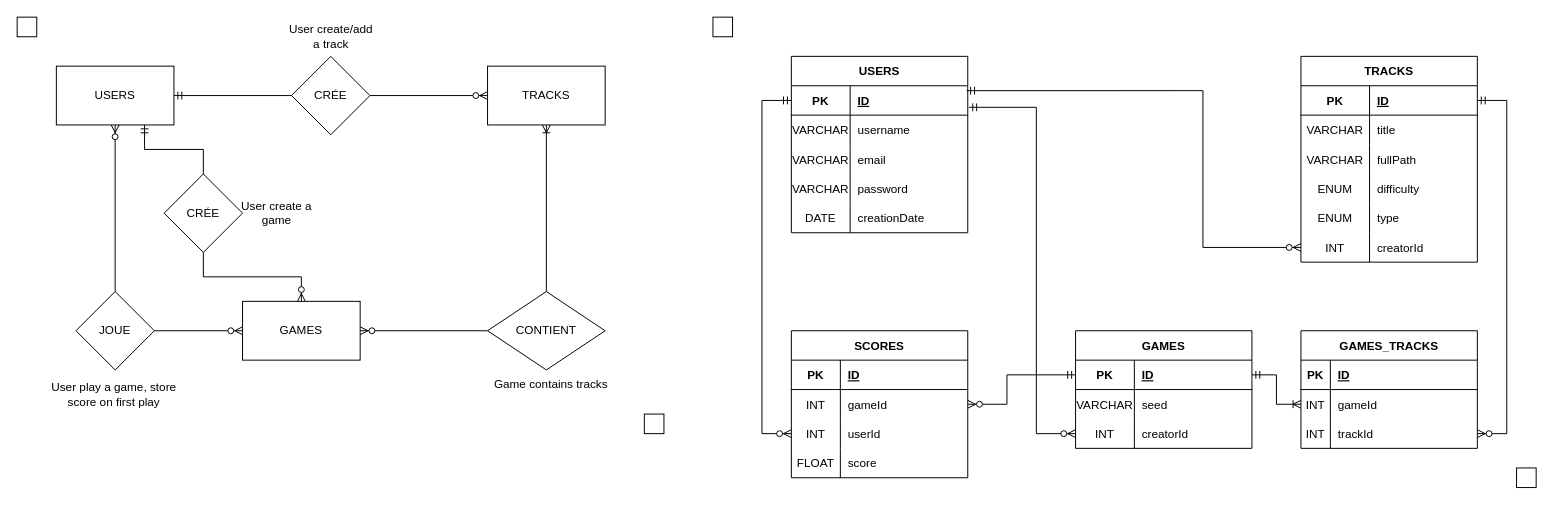
Earlier version of the draw.io diagram Documents/MCD-MLD.drawio (Jerome-JJT/SuperBlinder). Source tidied: cells renumbered, new cells numbered last; positions are measured from the earlier drawing's top-left corner, leaving out a move shared by most shapes. Both pictures are drawn from the tidied source at 98%, with x=0, y=0 at pixel (17, 17).
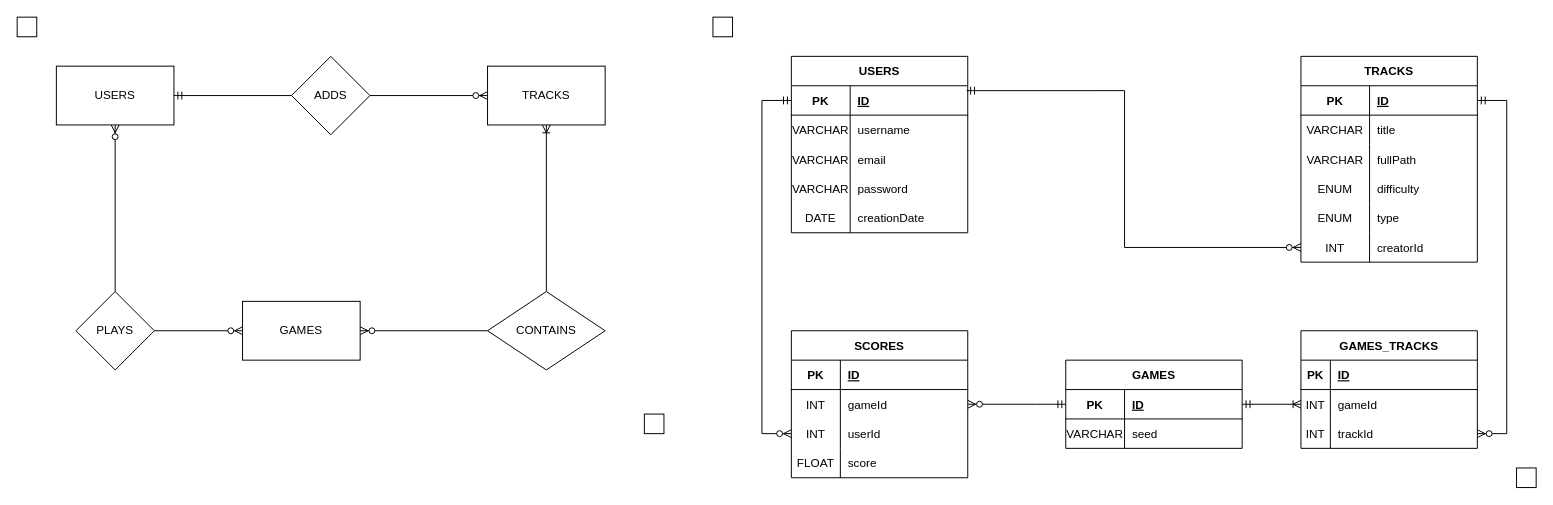
The same page after the edit.

Unchanged cells that the change refers to:
```xml
<mxCell id="18" style="shape=partialRectangle;fillColor=none;top=0;left=0;bottom=0;right=0;points=[[0,0.5],[1,0.5]];portConstraint=eastwest;" parent="2" vertex="1">
  <mxGeometry y="180" width="180" height="30" as="geometry" />
</mxCell>
<mxCell id="25" style="shape=partialRectangle;fillColor=none;top=0;left=0;bottom=0;right=0;points=[[0,0.5],[1,0.5]];portConstraint=eastwest;" parent="21" vertex="1">
  <mxGeometry y="60" width="180" height="30" as="geometry" />
</mxCell>
<mxCell id="35" style="shape=partialRectangle;fillColor=none;top=0;left=0;bottom=1;right=0;points=[[0,0.5],[1,0.5]];portConstraint=eastwest;" parent="34" vertex="1">
  <mxGeometry y="30" width="180" height="30" as="geometry" />
</mxCell>
<mxCell id="52" value="USERS" style="rounded=0;whiteSpace=wrap;html=1;" parent="1" vertex="1">
  <mxGeometry x="40" y="50" width="120" height="60" as="geometry" />
</mxCell>
<mxCell id="65" value="GAMES" style="rounded=0;whiteSpace=wrap;html=1;" parent="1" vertex="1">
  <mxGeometry x="230" y="290" width="120" height="60" as="geometry" />
</mxCell>
<mxCell id="85" style="shape=partialRectangle;fillColor=none;top=0;left=0;bottom=1;right=0;points=[[0,0.5],[1,0.5]];portConstraint=eastwest;" parent="84" vertex="1">
  <mxGeometry y="30" width="180" height="30" as="geometry" />
</mxCell>
```

What changed in the source:
```diff
@@
-    <mxCell id="51" style="edgeStyle=orthogonalEdgeStyle;rounded=0;jettySize=auto;html=1;exitX=0.75;exitY=1;exitDx=0;exitDy=0;entryX=0.5;entryY=0;entryDx=0;entryDy=0;startArrow=ERmandOne;startFill=0;endArrow=none;endFill=0;" parent="1" edge="1" source="52" target="69">
-      <mxGeometry relative="1" as="geometry" />
-    </mxCell>
@@
-    <mxCell id="53" value="CRÉE" style="rhombus;whiteSpace=wrap;html=1;" parent="1" vertex="1">
+    <mxCell id="53" value="ADDS" style="rhombus;whiteSpace=wrap;html=1;" parent="1" vertex="1">
       <mxGeometry x="280" y="40" width="80" height="80" as="geometry" />
     </mxCell>
@@
-    <mxCell id="55" value="CONTIENT" style="rhombus;whiteSpace=wrap;html=1;" parent="1" vertex="1">
+    <mxCell id="55" value="CONTAINS" style="rhombus;whiteSpace=wrap;html=1;" parent="1" vertex="1">
       <mxGeometry x="480" y="280" width="120" height="80" as="geometry" />
     </mxCell>
@@
     <mxCell id="59" style="edgeStyle=orthogonalEdgeStyle;rounded=0;jettySize=auto;html=1;exitX=0;exitY=0.5;exitDx=0;exitDy=0;startArrow=ERzeroToMany;startFill=1;endArrow=ERmandOne;endFill=0;entryX=0.994;entryY=0.167;entryDx=0;entryDy=0;entryPerimeter=0;" parent="1" edge="1" source="18" target="35">
       <mxGeometry relative="1" as="geometry">
         <Array as="points">
-          <mxPoint x="1210" y="235" />
-          <mxPoint x="1210" y="75" />
+          <mxPoint x="1130" y="235" />
+          <mxPoint x="1130" y="75" />
         </Array>
       </mxGeometry>
     </mxCell>
@@
-    <mxCell id="67" value="JOUE" style="rhombus;whiteSpace=wrap;html=1;" parent="1" vertex="1">
+    <mxCell id="67" value="PLAYS" style="rhombus;whiteSpace=wrap;html=1;" parent="1" vertex="1">
       <mxGeometry x="60" y="280" width="80" height="80" as="geometry" />
     </mxCell>
-    <mxCell id="68" style="edgeStyle=orthogonalEdgeStyle;rounded=0;jettySize=auto;html=1;exitX=0.5;exitY=1;exitDx=0;exitDy=0;entryX=0.5;entryY=0;entryDx=0;entryDy=0;startArrow=none;startFill=0;endArrow=ERzeroToMany;endFill=1;" parent="1" edge="1" source="69" target="65">
-      <mxGeometry relative="1" as="geometry" />
-    </mxCell>
-    <mxCell id="69" value="CRÉE" style="rhombus;whiteSpace=wrap;html=1;" parent="1" vertex="1">
-      <mxGeometry x="150" y="160" width="80" height="80" as="geometry" />
-    </mxCell>
-    <mxCell id="70" value="User create a game" style="text;html=1;strokeColor=none;fillColor=none;align=center;verticalAlign=middle;rounded=0;whiteSpace=wrap;" parent="1" vertex="1">
-      <mxGeometry x="220" y="180" width="90" height="40" as="geometry" />
-    </mxCell>
-    <mxCell id="71" value="User play a game, store score on first play" style="text;html=1;strokeColor=none;fillColor=none;align=center;verticalAlign=middle;rounded=0;whiteSpace=wrap;" parent="1" vertex="1">
-      <mxGeometry x="34" y="360" width="130" height="50" as="geometry" />
-    </mxCell>
-    <mxCell id="72" value="Game contains tracks" style="text;html=1;strokeColor=none;fillColor=none;align=center;verticalAlign=middle;rounded=0;whiteSpace=wrap;" parent="1" vertex="1">
-      <mxGeometry x="480" y="360" width="130" height="30" as="geometry" />
-    </mxCell>
-    <mxCell id="73" value="User create/add a track" style="text;html=1;strokeColor=none;fillColor=none;align=center;verticalAlign=middle;rounded=0;whiteSpace=wrap;" parent="1" vertex="1">
-      <mxGeometry x="272.5" width="95" height="40" as="geometry" />
-    </mxCell>
@@
     <mxCell id="84" value="GAMES" style="shape=table;startSize=30;childLayout=tableLayout;rowLines=0;fontStyle=1;align=center;" parent="1" vertex="1">
-      <mxGeometry x="1080" y="320" width="180" height="120" as="geometry" />
+      <mxGeometry x="1070" y="350" width="180" height="90" as="geometry" />
     </mxCell>
@@
-    <mxCell id="91" style="shape=partialRectangle;fillColor=none;top=0;left=0;bottom=0;right=0;points=[[0,0.5],[1,0.5]];portConstraint=eastwest;" parent="84" vertex="1">
-      <mxGeometry y="90" width="180" height="30" as="geometry" />
-    </mxCell>
-    <mxCell id="92" value="INT" style="shape=partialRectangle;fillColor=none;top=0;left=0;bottom=0;right=0;overflow=hidden;" parent="91" vertex="1">
-      <mxGeometry width="60" height="30" as="geometry" />
-    </mxCell>
-    <mxCell id="93" value="creatorId" style="shape=partialRectangle;fillColor=none;top=0;left=0;bottom=0;right=0;align=left;spacingLeft=6;overflow=hidden;" parent="91" vertex="1">
-      <mxGeometry x="60" width="120" height="30" as="geometry" />
-    </mxCell>
@@
-    <mxCell id="96" style="edgeStyle=orthogonalEdgeStyle;rounded=0;jettySize=auto;html=1;entryX=0;entryY=0.5;entryDx=0;entryDy=0;startArrow=ERmandOne;startFill=0;endArrow=ERzeroToMany;endFill=1;exitX=1.006;exitY=0.733;exitDx=0;exitDy=0;exitPerimeter=0;" parent="1" edge="1" source="35" target="91">
-      <mxGeometry relative="1" as="geometry">
-        <Array as="points">
-          <mxPoint x="1040" y="92" />
-          <mxPoint x="1040" y="425" />
-        </Array>
-      </mxGeometry>
-    </mxCell>
     <mxCell id="97" style="edgeStyle=orthogonalEdgeStyle;rounded=0;jettySize=auto;html=1;exitX=0;exitY=0.5;exitDx=0;exitDy=0;entryX=1;entryY=0.5;entryDx=0;entryDy=0;startArrow=ERmandOne;startFill=0;endArrow=ERzeroToMany;endFill=1;" parent="1" edge="1" source="85" target="25">
       <mxGeometry relative="1" as="geometry">
         <Array as="points">
-          <mxPoint x="1010" y="365" />
-          <mxPoint x="1010" y="395" />
+          <mxPoint x="1040" y="395" />
+          <mxPoint x="1040" y="395" />
         </Array>
       </mxGeometry>
     </mxCell>
```
